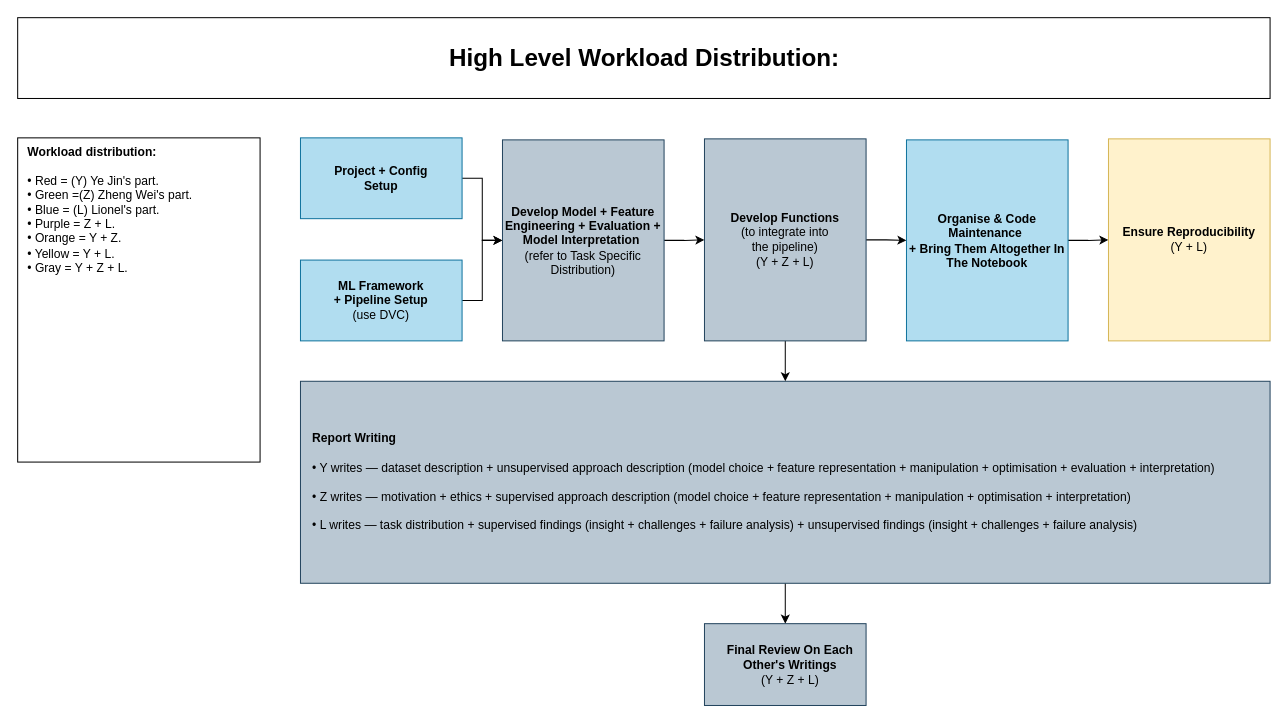
The draw.io diagram page "high-level-workload" (3 of 3) of docs/flowchart/processing_flowchart.drawio in lioneltayyd/MADS-CAP, before the edit. Source tidied: cells renumbered, new cells numbered last; positions are measured from the earlier drawing's top-left corner, leaving out a move shared by most shapes. Both pictures are drawn from the tidied source at 101%, with x=0, y=0 at pixel (17, 17).
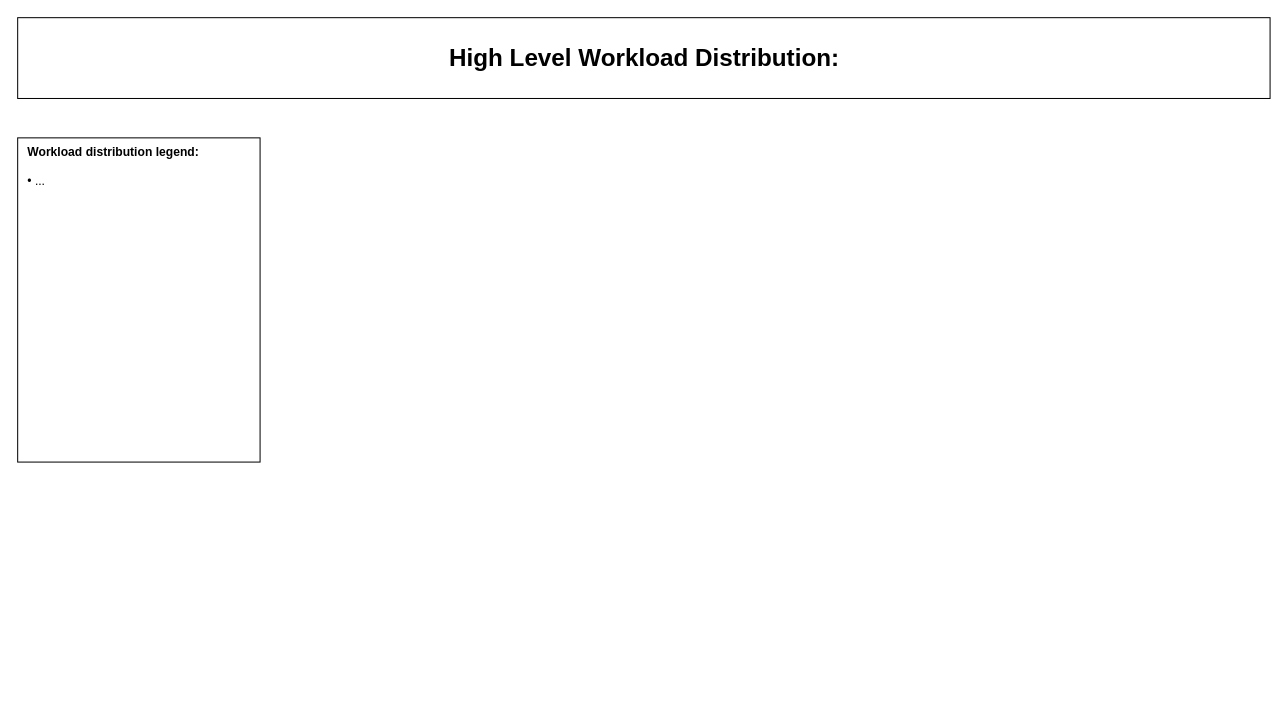
The same page after the edit.

Change to the diagram source:
```diff
@@
 <mxGraphModel>
   <root>
     <mxCell id="0" />
     <mxCell id="1" parent="0" />
-    <mxCell id="2" style="edgeStyle=orthogonalEdgeStyle;rounded=0;jettySize=auto;html=1;entryX=0;entryY=0.5;entryDx=0;entryDy=0;" parent="1" edge="1" source="3" target="17">
-      <mxGeometry relative="1" as="geometry" />
-    </mxCell>
-    <mxCell id="3" value="&lt;b&gt;Project + Config &lt;br&gt;Setup&lt;/b&gt;" style="rounded=0;whiteSpace=wrap;html=1;fillColor=#b1ddf0;strokeColor=#10739e;" parent="1" vertex="1">
-      <mxGeometry x="280" y="119" width="160" height="80" as="geometry" />
-    </mxCell>
-    <mxCell id="4" style="edgeStyle=orthogonalEdgeStyle;rounded=0;jettySize=auto;html=1;" parent="1" edge="1" source="5" target="6">
-      <mxGeometry relative="1" as="geometry" />
-    </mxCell>
-    <mxCell id="5" value="&lt;b&gt;Report Writing&lt;br&gt;&lt;/b&gt;&lt;br&gt;• Y writes — dataset description&amp;nbsp;+ unsupervised approach description (model choice + feature representation + manipulation + optimisation +&amp;nbsp;evaluation + interpretation)&amp;nbsp;&lt;br&gt;&lt;br&gt;• Z writes&amp;nbsp;—&amp;nbsp;motivation + ethics + supervised approach description (model choice&amp;nbsp;+&amp;nbsp;feature representation + manipulation + optimisation + interpretation)&amp;nbsp;&lt;br&gt;&lt;br&gt;•&amp;nbsp;L writes&amp;nbsp;— task distribution + supervised findings (insight + challenges + failure analysis) + unsupervised findings (insight + challenges + failure analysis)&amp;nbsp;" style="rounded=0;whiteSpace=wrap;html=1;fillColor=#bac8d3;strokeColor=#23445d;align=left;spacingLeft=10;" parent="1" vertex="1">
-      <mxGeometry x="280" y="360" width="960" height="200" as="geometry" />
-    </mxCell>
-    <mxCell id="6" value="&lt;b&gt;Final Review On Each Other's Writings &lt;br&gt;&lt;/b&gt;(Y + Z + L)" style="rounded=0;whiteSpace=wrap;html=1;fillColor=#bac8d3;strokeColor=#23445d;align=center;spacingLeft=10;" parent="1" vertex="1">
-      <mxGeometry x="680" y="600" width="160" height="81" as="geometry" />
-    </mxCell>
-    <mxCell id="7" style="edgeStyle=orthogonalEdgeStyle;rounded=0;jettySize=auto;html=1;" parent="1" edge="1" source="9" target="11">
-      <mxGeometry relative="1" as="geometry" />
-    </mxCell>
-    <mxCell id="8" style="edgeStyle=orthogonalEdgeStyle;rounded=0;jettySize=auto;html=1;" parent="1" edge="1" source="9" target="5">
-      <mxGeometry relative="1" as="geometry" />
-    </mxCell>
-    <mxCell id="9" value="&lt;b&gt;Develop Functions &lt;br&gt;&lt;/b&gt;(to integrate into &lt;br&gt;the pipeline)&lt;br&gt;(Y + Z + L)" style="rounded=0;whiteSpace=wrap;html=1;fillColor=#bac8d3;strokeColor=#23445d;" parent="1" vertex="1">
-      <mxGeometry x="680" y="120" width="160" height="200" as="geometry" />
-    </mxCell>
-    <mxCell id="10" style="edgeStyle=orthogonalEdgeStyle;rounded=0;jettySize=auto;html=1;" parent="1" edge="1" source="11" target="12">
-      <mxGeometry relative="1" as="geometry" />
-    </mxCell>
-    <mxCell id="11" value="&lt;b&gt;Organise &amp;amp; Code Maintenance&amp;nbsp;&lt;br&gt;+ Bring Them Altogether In The Notebook&lt;/b&gt;" style="rounded=0;whiteSpace=wrap;html=1;fillColor=#b1ddf0;strokeColor=#10739e;" parent="1" vertex="1">
-      <mxGeometry x="880" y="121" width="160" height="199" as="geometry" />
-    </mxCell>
-    <mxCell id="12" value="&lt;b&gt;Ensure Reproducibility &lt;br&gt;&lt;/b&gt;(Y + L)" style="rounded=0;whiteSpace=wrap;html=1;fillColor=#fff2cc;strokeColor=#d6b656;" parent="1" vertex="1">
-      <mxGeometry x="1080" y="120" width="160" height="200" as="geometry" />
-    </mxCell>
-    <mxCell id="13" style="edgeStyle=orthogonalEdgeStyle;rounded=0;jettySize=auto;html=1;entryX=0;entryY=0.5;entryDx=0;entryDy=0;" parent="1" edge="1" source="14" target="17">
-      <mxGeometry relative="1" as="geometry" />
-    </mxCell>
-    <mxCell id="14" value="&lt;b&gt;ML Framework &lt;br&gt;+ Pipeline Setup &lt;br&gt;&lt;/b&gt;(use DVC)" style="rounded=0;whiteSpace=wrap;html=1;fillColor=#b1ddf0;strokeColor=#10739e;" parent="1" vertex="1">
-      <mxGeometry x="280" y="240" width="160" height="80" as="geometry" />
-    </mxCell>
     <mxCell id="15" value="&lt;b style=&quot;font-size: 24px&quot;&gt;High Level Workload Distribution:&amp;nbsp;&lt;/b&gt;" style="rounded=0;whiteSpace=wrap;html=1;align=center;verticalAlign=middle;spacingLeft=8;fontSize=24;" parent="1" vertex="1">
       <mxGeometry width="1240" height="80" as="geometry" />
     </mxCell>
-    <mxCell id="16" style="edgeStyle=orthogonalEdgeStyle;rounded=0;jettySize=auto;html=1;" parent="1" edge="1" source="17" target="9">
-      <mxGeometry relative="1" as="geometry" />
-    </mxCell>
-    <mxCell id="17" value="&lt;b&gt;Develop Model + Feature Engineering + Evaluation + Model Interpretation&amp;nbsp;&lt;/b&gt;&lt;br&gt;(refer to Task Specific Distribution)" style="rounded=0;whiteSpace=wrap;html=1;fillColor=#bac8d3;strokeColor=#23445d;" parent="1" vertex="1">
-      <mxGeometry x="480" y="121" width="160" height="199" as="geometry" />
-    </mxCell>
-    <mxCell id="18" value="&lt;b&gt;Workload distribution:&amp;nbsp;&lt;br&gt;&lt;/b&gt;&lt;br&gt;• Red = (Y) Ye Jin's part.&amp;nbsp;&lt;br&gt;• Green =(Z)&amp;nbsp;Zheng Wei's part.&amp;nbsp;&lt;br&gt;• Blue = (L) Lionel's part.&amp;nbsp;&lt;br&gt;• Purple = Z + L.&amp;nbsp;&lt;br&gt;• Orange = Y + Z.&amp;nbsp;&lt;br&gt;• Yellow = Y + L.&amp;nbsp;&amp;nbsp;&lt;br&gt;• Gray = Y + Z + L.&amp;nbsp;&amp;nbsp;" style="rounded=0;whiteSpace=wrap;html=1;align=left;verticalAlign=top;spacingLeft=8;" parent="1" vertex="1">
+    <mxCell id="18" value="&lt;b&gt;Workload distribution legend:&amp;nbsp;&lt;br&gt;&lt;/b&gt;&lt;br&gt;• ...&amp;nbsp;" style="rounded=0;whiteSpace=wrap;html=1;align=left;verticalAlign=top;spacingLeft=8;" parent="1" vertex="1">
       <mxGeometry y="119" width="240" height="321" as="geometry" />
     </mxCell>
   </root>
 </mxGraphModel>
```
